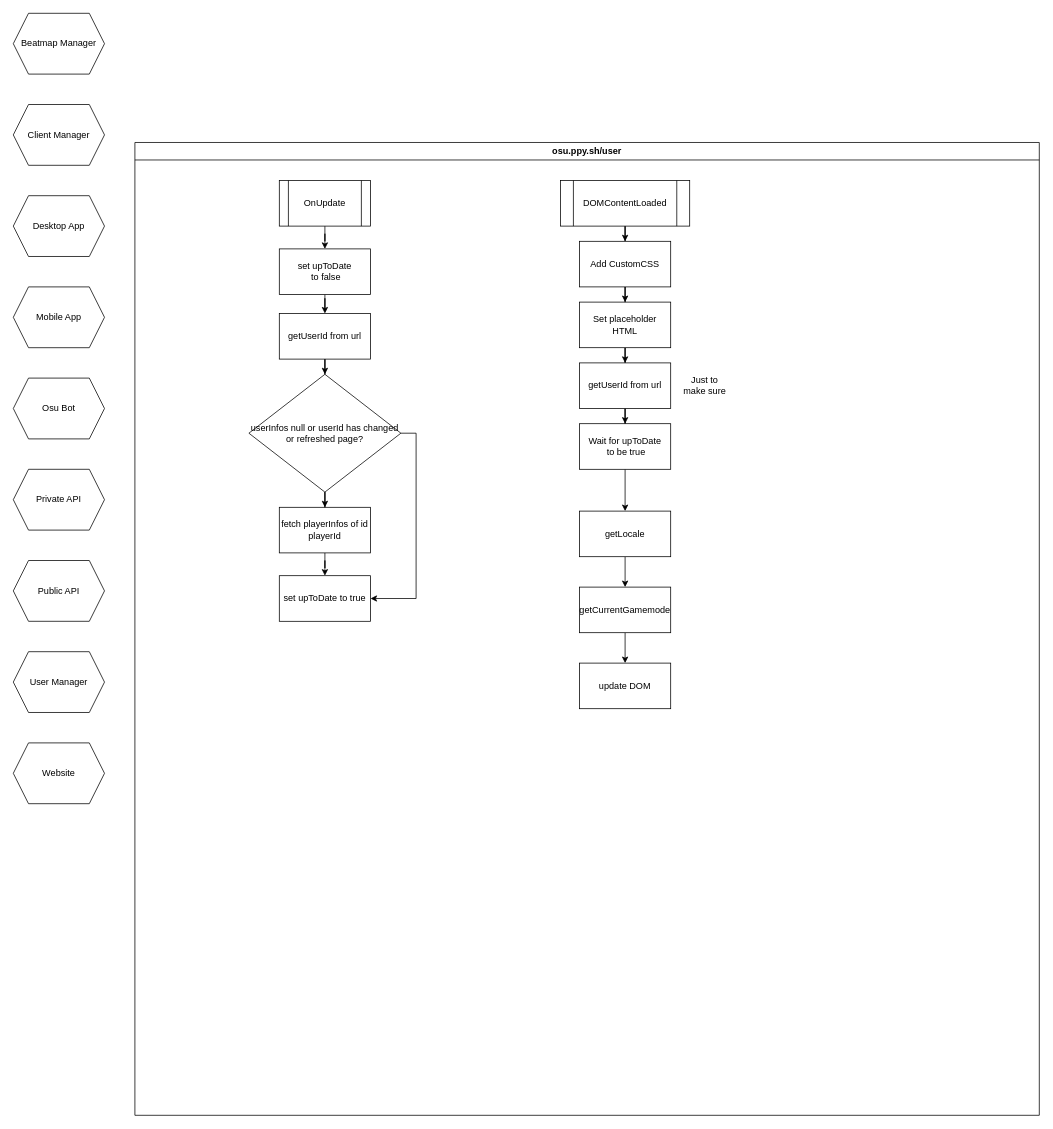
Before: page "extension" (5 of 9) of BellaFiora.drawio in BellaFiora/BellaFiora, a draw.io diagram. Source tidied: cells renumbered, new cells numbered last; positions are measured from the earlier drawing's top-left corner, leaving out a move shared by most shapes. Both pictures are drawn from the tidied source at 76%, with x=0, y=0 at pixel (13, 13).
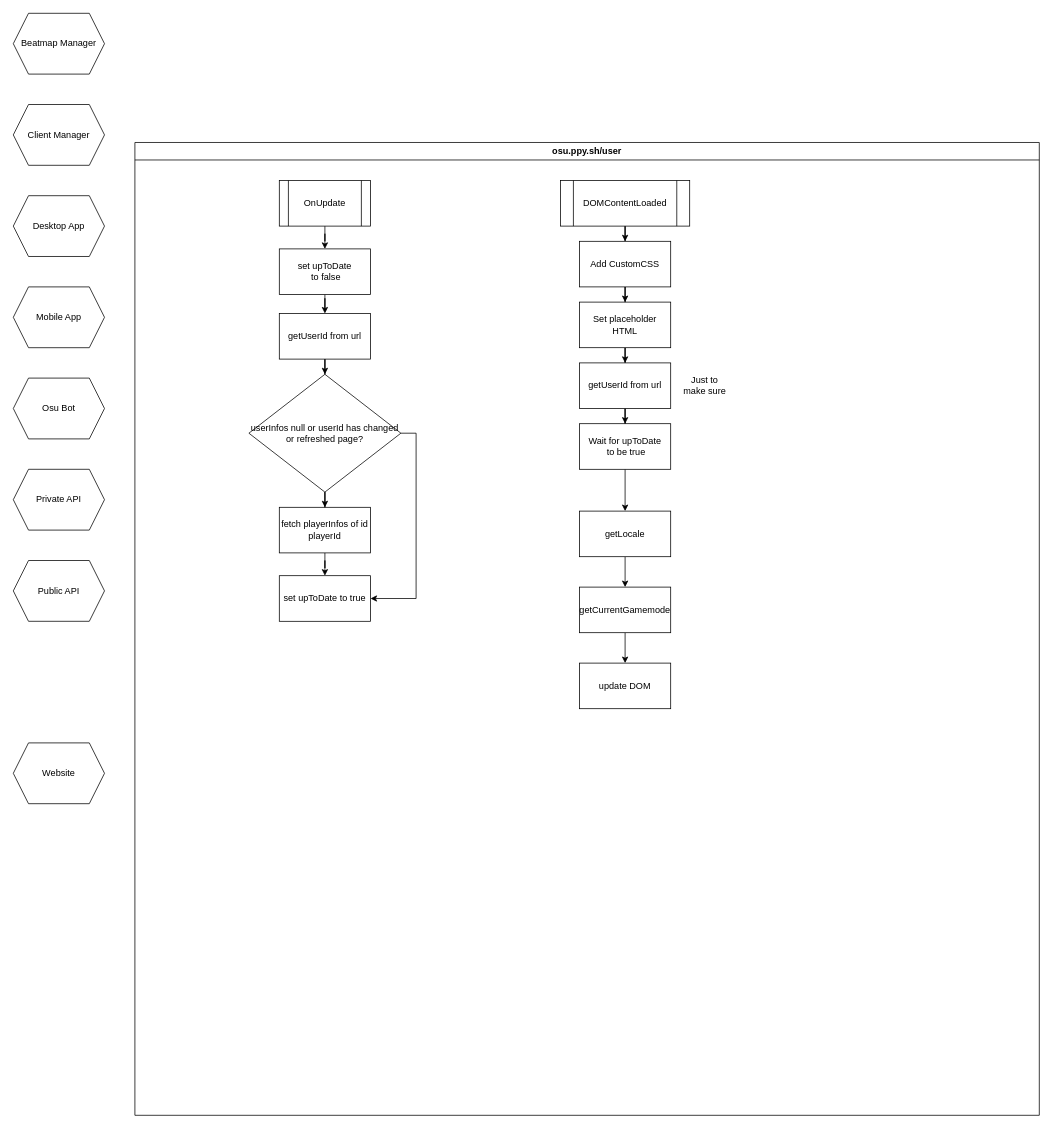
The same page after the edit.

Commit message (it also covers changes not shown here):
deleted user manager

What changed in the source:
```diff
@@
-    <mxCell id="38" value="User Manager" style="shape=hexagon;perimeter=hexagonPerimeter2;whiteSpace=wrap;html=1;fixedSize=1;" parent="1" vertex="1">
-      <mxGeometry y="840" width="120" height="80" as="geometry" />
-    </mxCell>
```
